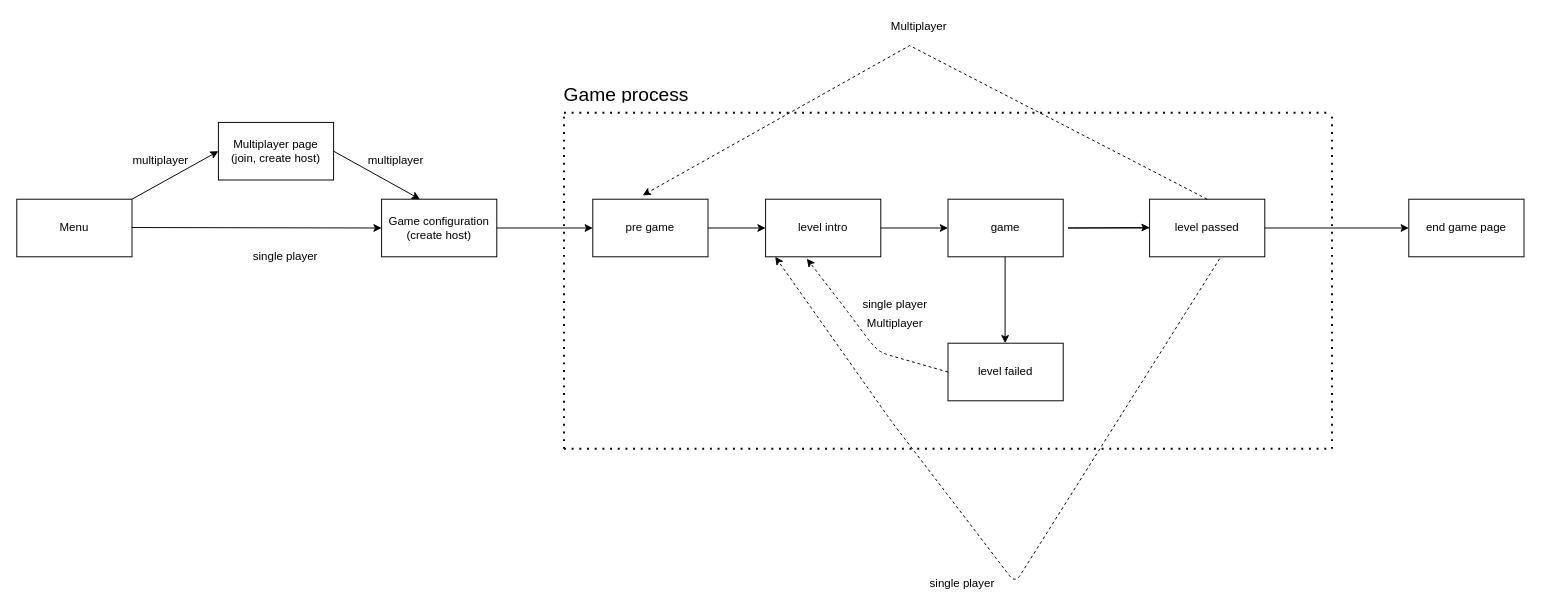
This is docs/diagramms/gameProcess.drawio from tritonJS826/sooner-or-later-2d, a draw.io file, before an edit. Source tidied: cells renumbered, new cells numbered last; positions are measured from the earlier drawing's top-left corner, leaving out a move shared by most shapes. Both pictures are drawn from the tidied source at 96%, with x=0, y=0 at pixel (16, 16).
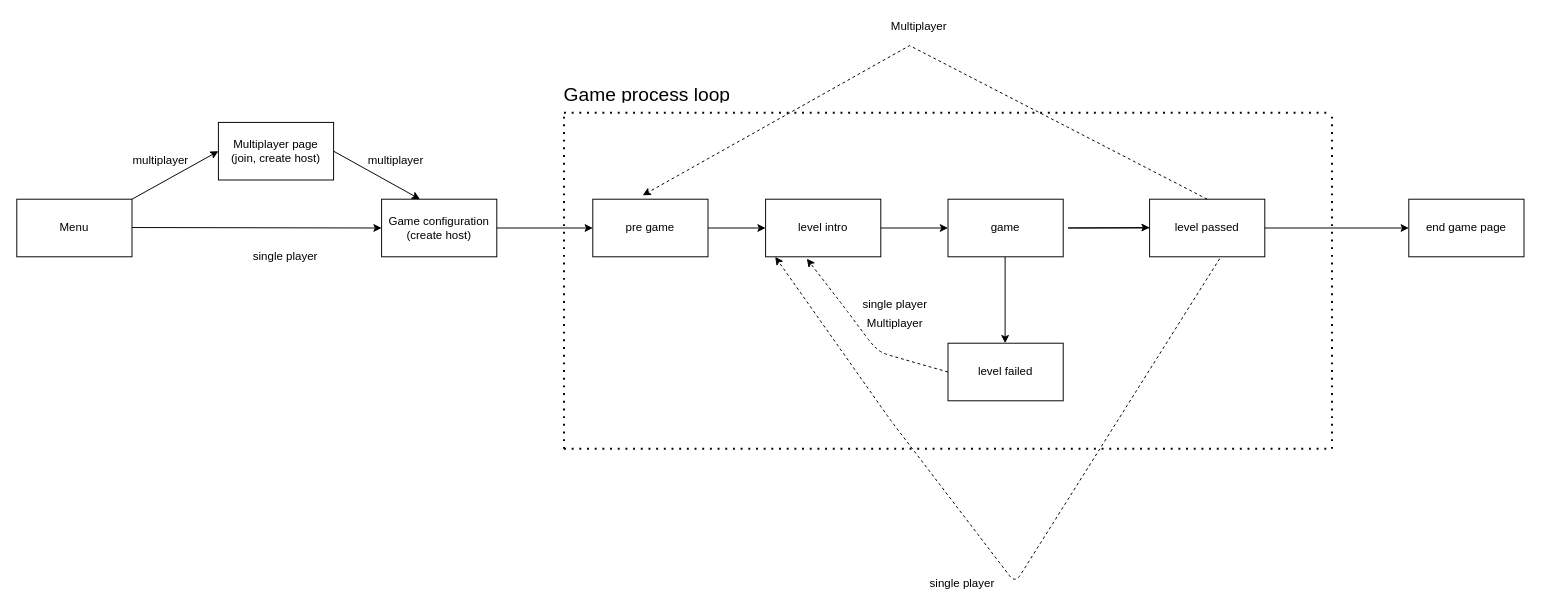
The same page after the edit.

Diff of the diagram source:
```diff
@@
-    <mxCell id="34" value="&lt;h1&gt;&lt;span style=&quot;font-weight: normal&quot;&gt;&lt;font style=&quot;font-size: 20px&quot;&gt;Game process&lt;/font&gt;&lt;/span&gt;&lt;/h1&gt;" style="text;html=1;strokeColor=none;fillColor=none;spacing=5;spacingTop=-20;whiteSpace=wrap;overflow=hidden;rounded=0;" parent="1" vertex="1">
+    <mxCell id="34" value="&lt;h1&gt;&lt;span style=&quot;font-weight: normal&quot;&gt;&lt;font style=&quot;font-size: 20px&quot;&gt;Game process loop&lt;/font&gt;&lt;/span&gt;&lt;/h1&gt;" style="text;html=1;strokeColor=none;fillColor=none;spacing=5;spacingTop=-20;whiteSpace=wrap;overflow=hidden;rounded=0;" parent="1" vertex="1">
       <mxGeometry x="565" y="60" width="190" height="30" as="geometry" />
     </mxCell>
```
